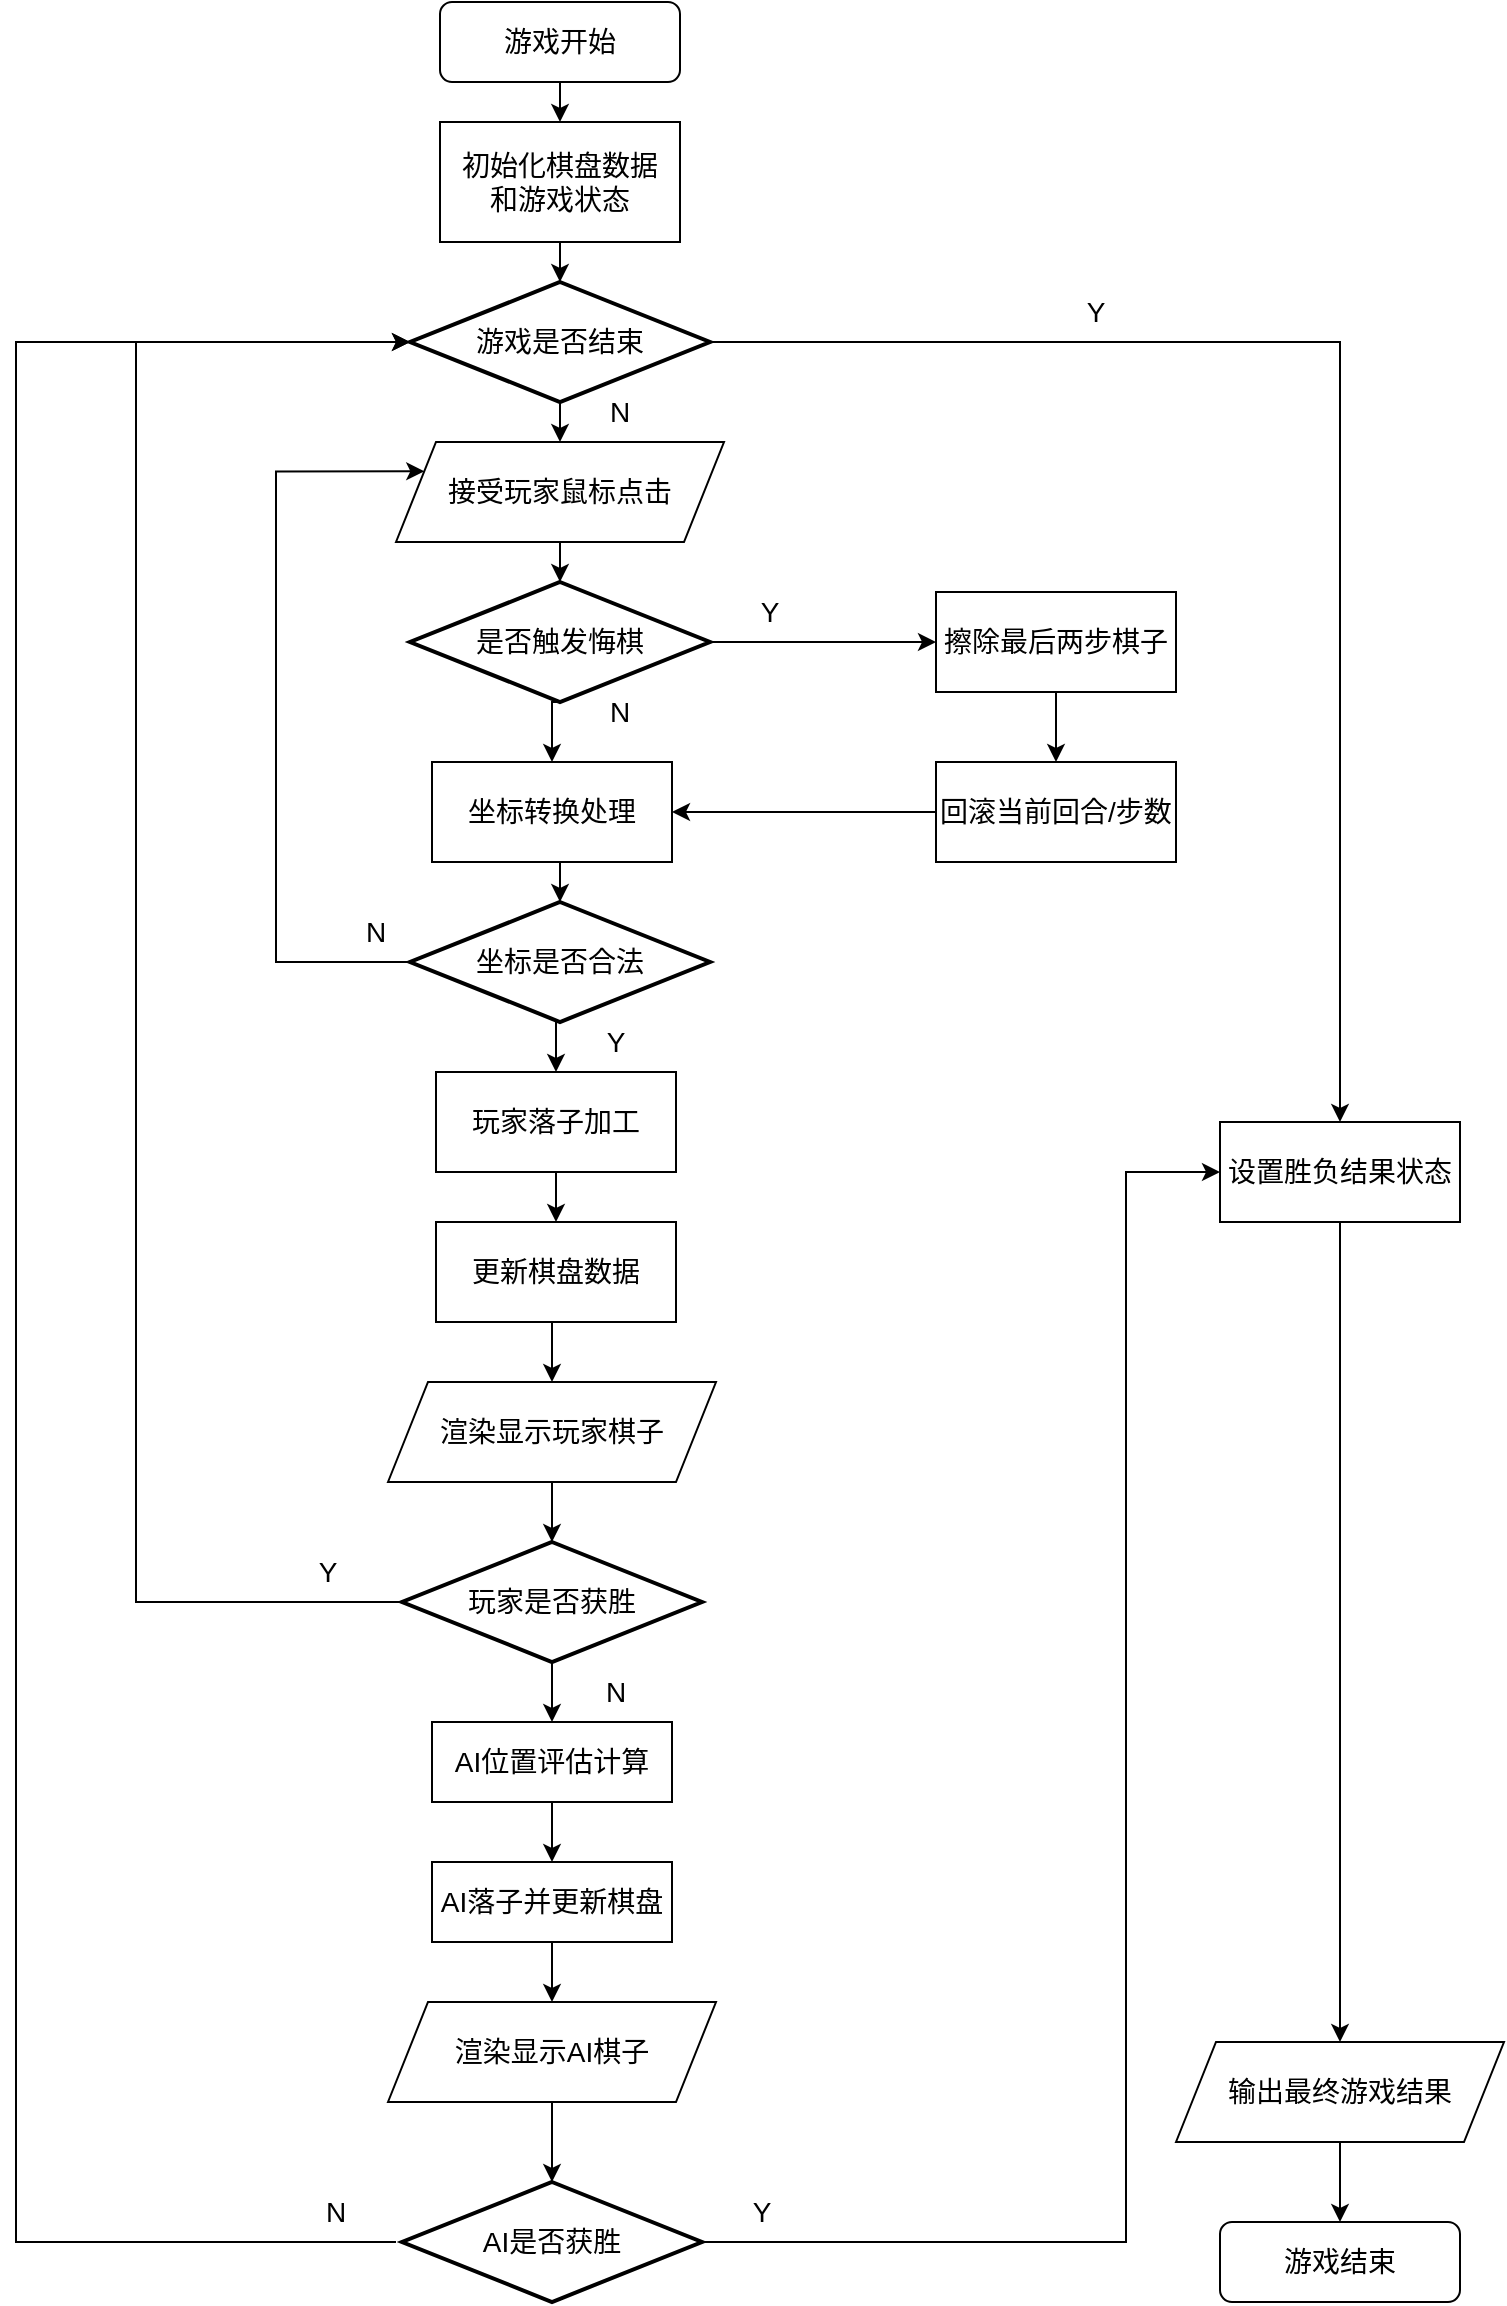
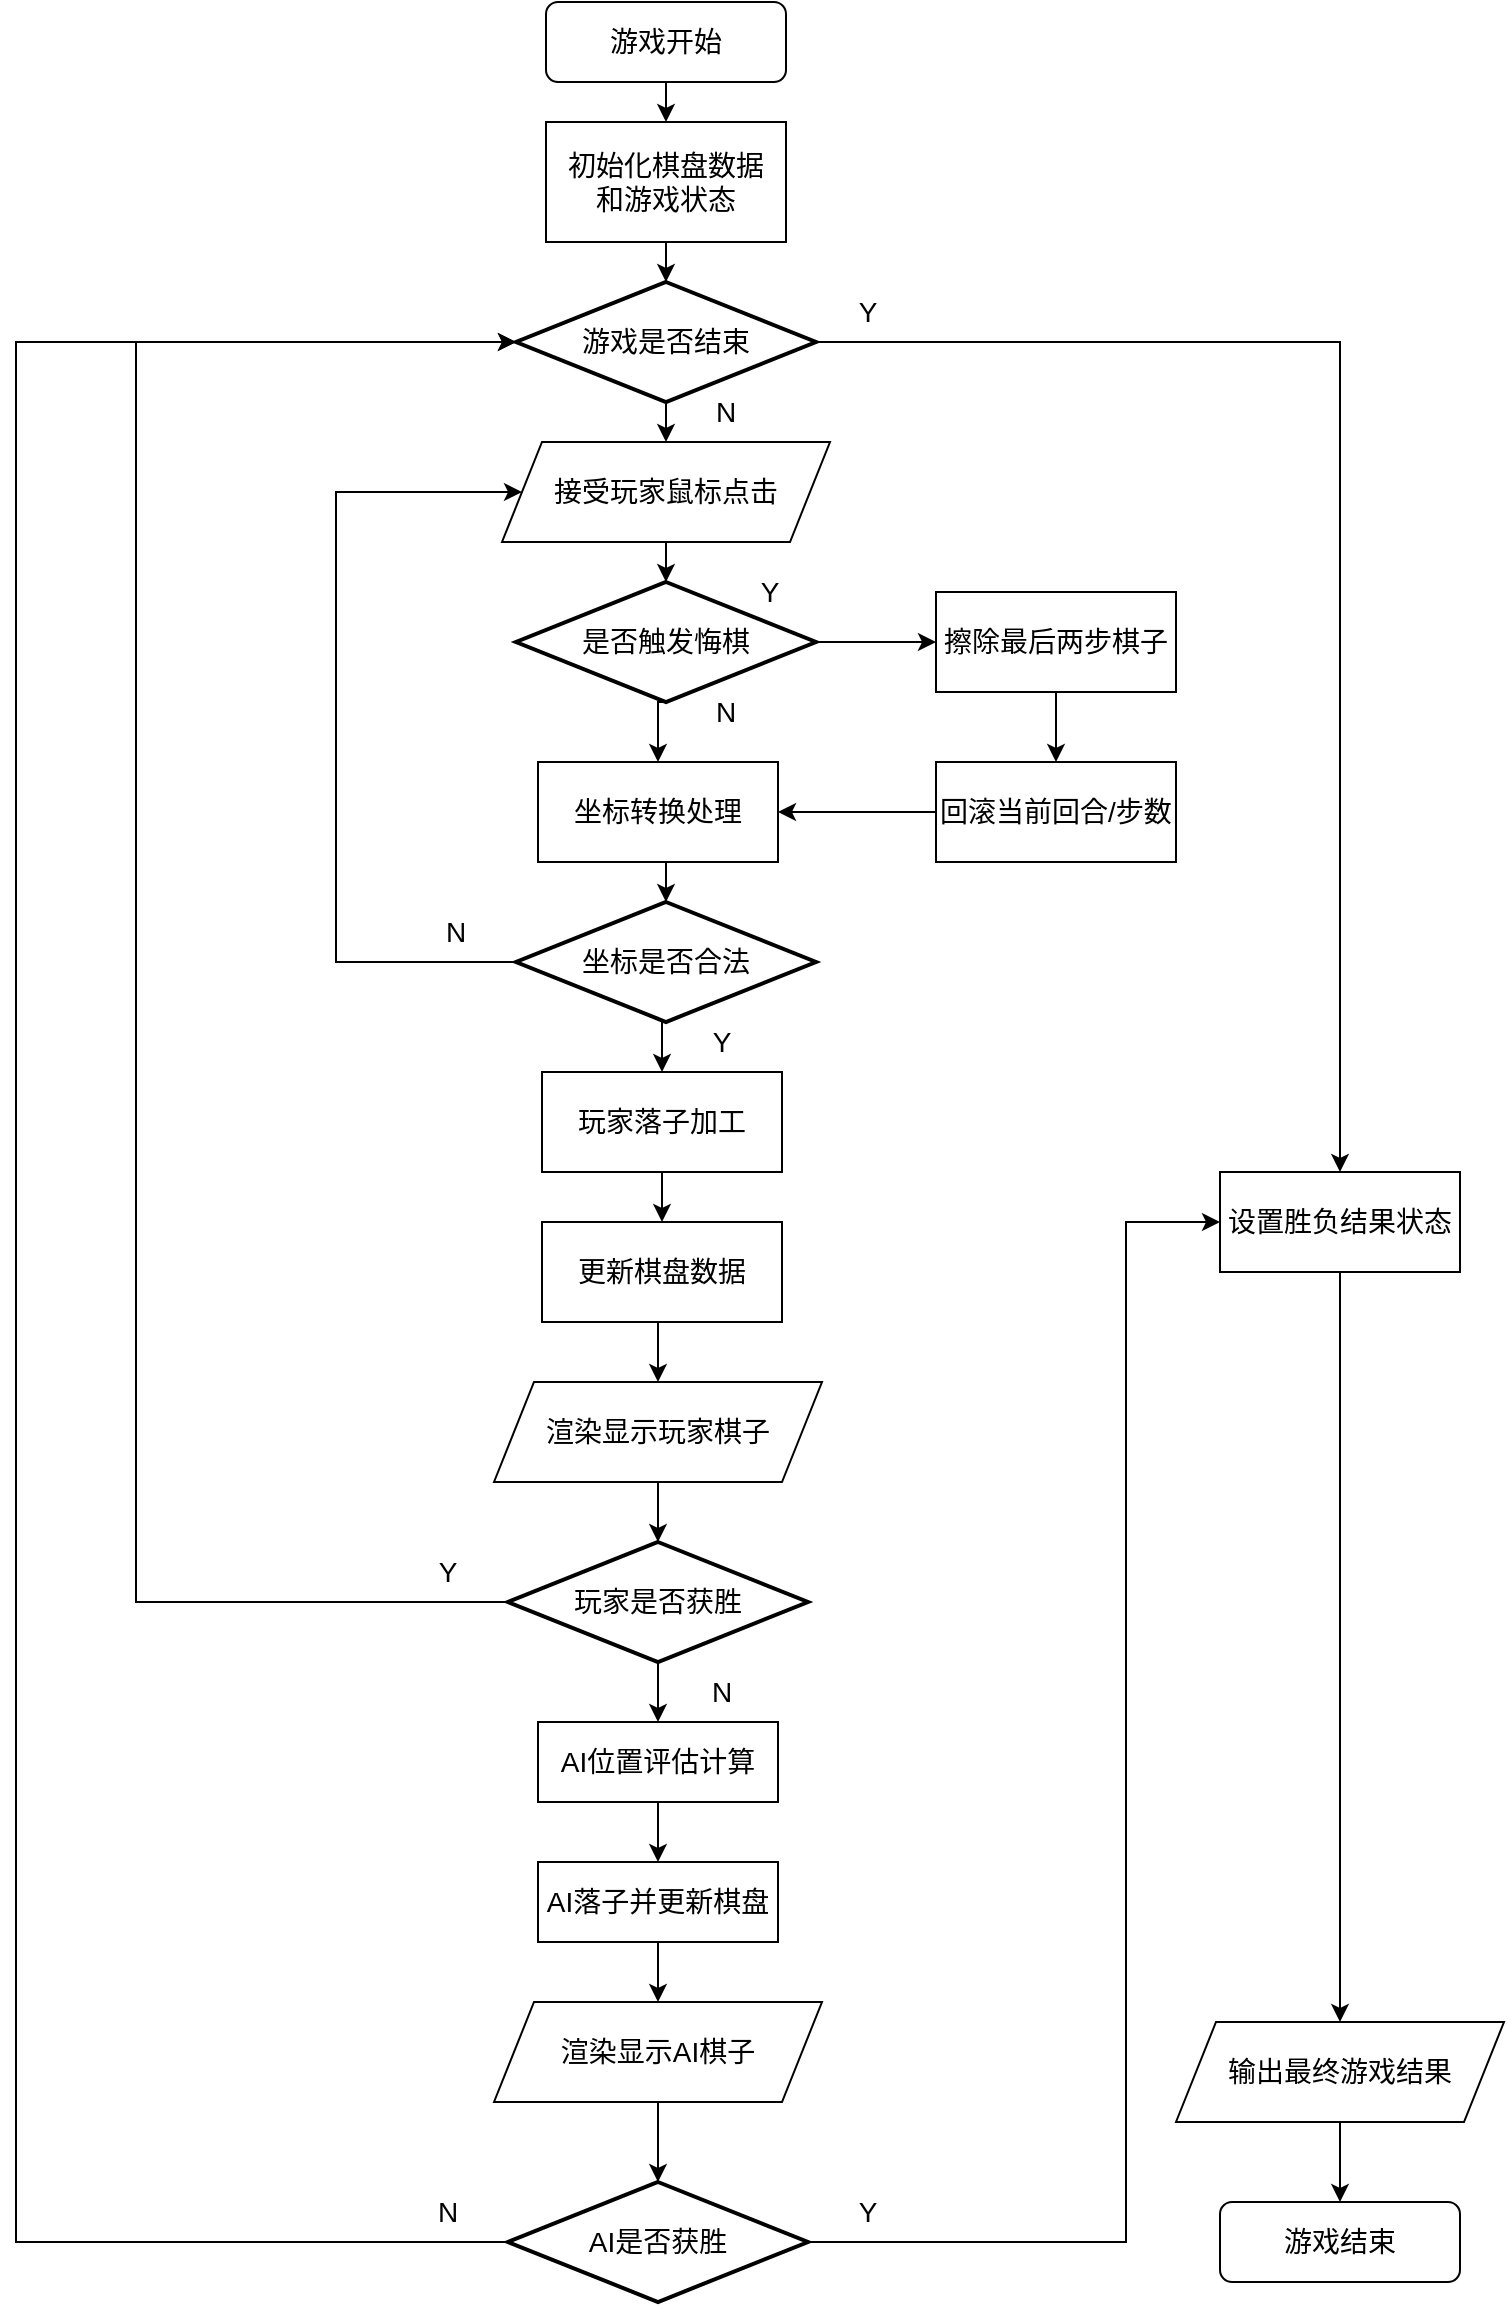
<mxfile host="app.diagrams.net">
  <diagram name="Page-1" id="Ut53iUmTTLsHKbGdxMO9">
    <mxGraphModel dx="2054" dy="1198" grid="1" gridSize="10" guides="1" tooltips="1" connect="1" arrows="1" fold="1" page="1" pageScale="1" pageWidth="827" pageHeight="1169" math="0" shadow="0">
      <root>
        <mxCell id="0" />
        <mxCell id="1" parent="0" />
        <mxCell id="LBzLqDpE-ghOYlSVNWWL-11" edge="1" parent="1" source="LBzLqDpE-ghOYlSVNWWL-4" style="edgeStyle=orthogonalEdgeStyle;rounded=0;orthogonalLoop=1;jettySize=auto;html=1;exitX=0.5;exitY=1;exitDx=0;exitDy=0;exitPerimeter=0;entryX=0.5;entryY=0;entryDx=0;entryDy=0;" target="LBzLqDpE-ghOYlSVNWWL-9">
          <mxGeometry relative="1" as="geometry" />
        </mxCell>
        <mxCell id="LBzLqDpE-ghOYlSVNWWL-51" edge="1" parent="1" source="LBzLqDpE-ghOYlSVNWWL-4" style="edgeStyle=orthogonalEdgeStyle;rounded=0;orthogonalLoop=1;jettySize=auto;html=1;exitX=1;exitY=0.5;exitDx=0;exitDy=0;exitPerimeter=0;entryX=0.5;entryY=0;entryDx=0;entryDy=0;" target="LBzLqDpE-ghOYlSVNWWL-45">
          <mxGeometry relative="1" as="geometry" />
        </mxCell>
        <mxCell id="LBzLqDpE-ghOYlSVNWWL-4" parent="1" style="strokeWidth=2;html=1;shape=mxgraph.flowchart.decision;whiteSpace=wrap;" value="&lt;font style=&quot;font-size: 14px;&quot;&gt;游戏是否结束&lt;/font&gt;" vertex="1">
-           <mxGeometry height="60" width="150" x="247" y="150" as="geometry" />
+           <mxGeometry height="60" width="150" x="300" y="160" as="geometry" />
        </mxCell>
        <mxCell id="LBzLqDpE-ghOYlSVNWWL-5" edge="1" parent="1" source="LBzLqDpE-ghOYlSVNWWL-6" style="edgeStyle=orthogonalEdgeStyle;rounded=0;orthogonalLoop=1;jettySize=auto;html=1;exitX=0.5;exitY=1;exitDx=0;exitDy=0;entryX=0.5;entryY=0;entryDx=0;entryDy=0;entryPerimeter=0;" target="LBzLqDpE-ghOYlSVNWWL-4">
          <mxGeometry relative="1" as="geometry">
-             <mxPoint x="442" y="200" as="sourcePoint" />
+             <mxPoint x="495" y="210" as="sourcePoint" />
          </mxGeometry>
        </mxCell>
        <mxCell id="LBzLqDpE-ghOYlSVNWWL-6" parent="1" style="rounded=0;whiteSpace=wrap;html=1;" value="&lt;font style=&quot;font-size: 14px;&quot;&gt;初始化棋盘数据&lt;/font&gt;&lt;div&gt;&lt;span style=&quot;font-size: 14px; background-color: transparent; color: light-dark(rgb(0, 0, 0), rgb(255, 255, 255));&quot;&gt;和游戏状态&lt;/span&gt;&lt;/div&gt;" vertex="1">
-           <mxGeometry height="60" width="120" x="262" y="70" as="geometry" />
+           <mxGeometry height="60" width="120" x="315" y="80" as="geometry" />
        </mxCell>
        <mxCell id="LBzLqDpE-ghOYlSVNWWL-8" edge="1" parent="1" source="LBzLqDpE-ghOYlSVNWWL-7" style="edgeStyle=orthogonalEdgeStyle;rounded=0;orthogonalLoop=1;jettySize=auto;html=1;exitX=0.5;exitY=1;exitDx=0;exitDy=0;entryX=0.5;entryY=0;entryDx=0;entryDy=0;" target="LBzLqDpE-ghOYlSVNWWL-6">
          <mxGeometry relative="1" as="geometry" />
        </mxCell>
        <mxCell id="LBzLqDpE-ghOYlSVNWWL-7" parent="1" style="rounded=1;whiteSpace=wrap;html=1;" value="&lt;font style=&quot;font-size: 14px;&quot;&gt;游戏开始&lt;/font&gt;" vertex="1">
-           <mxGeometry height="40" width="120" x="262" y="10" as="geometry" />
+           <mxGeometry height="40" width="120" x="315" y="20" as="geometry" />
        </mxCell>
        <mxCell id="LBzLqDpE-ghOYlSVNWWL-9" parent="1" style="shape=parallelogram;perimeter=parallelogramPerimeter;whiteSpace=wrap;html=1;fixedSize=1;" value="&lt;font style=&quot;font-size: 14px;&quot;&gt;接受玩家鼠标点击&lt;/font&gt;" vertex="1">
-           <mxGeometry height="50" width="164" x="240" y="230" as="geometry" />
+           <mxGeometry height="50" width="164" x="293" y="240" as="geometry" />
        </mxCell>
        <mxCell id="LBzLqDpE-ghOYlSVNWWL-12" parent="1" style="text;html=1;whiteSpace=wrap;strokeColor=none;fillColor=none;align=center;verticalAlign=middle;rounded=0;" value="&lt;font style=&quot;font-size: 14px;&quot;&gt;N&lt;/font&gt;" vertex="1">
-           <mxGeometry height="30" width="60" x="322" y="200" as="geometry" />
+           <mxGeometry height="30" width="60" x="375" y="210" as="geometry" />
        </mxCell>
        <mxCell id="LBzLqDpE-ghOYlSVNWWL-16" edge="1" parent="1" source="LBzLqDpE-ghOYlSVNWWL-13" style="edgeStyle=orthogonalEdgeStyle;rounded=0;orthogonalLoop=1;jettySize=auto;html=1;exitX=0.5;exitY=1;exitDx=0;exitDy=0;exitPerimeter=0;entryX=0.5;entryY=0;entryDx=0;entryDy=0;" target="LBzLqDpE-ghOYlSVNWWL-15">
          <mxGeometry relative="1" as="geometry" />
        </mxCell>
        <mxCell id="LBzLqDpE-ghOYlSVNWWL-13" parent="1" style="strokeWidth=2;html=1;shape=mxgraph.flowchart.decision;whiteSpace=wrap;" value="&lt;font style=&quot;font-size: 14px;&quot;&gt;是否触发悔棋&lt;/font&gt;" vertex="1">
-           <mxGeometry height="60" width="150" x="247" y="300" as="geometry" />
+           <mxGeometry height="60" width="150" x="300" y="310" as="geometry" />
        </mxCell>
        <mxCell id="LBzLqDpE-ghOYlSVNWWL-14" edge="1" parent="1" source="LBzLqDpE-ghOYlSVNWWL-9" style="edgeStyle=orthogonalEdgeStyle;rounded=0;orthogonalLoop=1;jettySize=auto;html=1;exitX=0.5;exitY=1;exitDx=0;exitDy=0;entryX=0.5;entryY=0;entryDx=0;entryDy=0;entryPerimeter=0;" target="LBzLqDpE-ghOYlSVNWWL-13">
          <mxGeometry relative="1" as="geometry" />
        </mxCell>
        <mxCell id="LBzLqDpE-ghOYlSVNWWL-15" parent="1" style="rounded=0;whiteSpace=wrap;html=1;" value="&lt;font style=&quot;font-size: 14px;&quot;&gt;坐标转换处理&lt;/font&gt;" vertex="1">
-           <mxGeometry height="50" width="120" x="258" y="390" as="geometry" />
+           <mxGeometry height="50" width="120" x="311" y="400" as="geometry" />
        </mxCell>
        <mxCell id="LBzLqDpE-ghOYlSVNWWL-17" parent="1" style="text;html=1;whiteSpace=wrap;strokeColor=none;fillColor=none;align=center;verticalAlign=middle;rounded=0;" value="&lt;font style=&quot;font-size: 14px;&quot;&gt;N&lt;/font&gt;" vertex="1">
-           <mxGeometry height="30" width="60" x="322" y="350" as="geometry" />
+           <mxGeometry height="30" width="60" x="375" y="360" as="geometry" />
        </mxCell>
        <mxCell id="LBzLqDpE-ghOYlSVNWWL-22" edge="1" parent="1" source="LBzLqDpE-ghOYlSVNWWL-18" style="rounded=0;orthogonalLoop=1;jettySize=auto;html=1;exitX=0.5;exitY=1;exitDx=0;exitDy=0;exitPerimeter=0;entryX=0.5;entryY=0;entryDx=0;entryDy=0;edgeStyle=orthogonalEdgeStyle;" target="LBzLqDpE-ghOYlSVNWWL-21">
          <mxGeometry relative="1" as="geometry" />
        </mxCell>
-         <mxCell id="LBzLqDpE-ghOYlSVNWWL-72" edge="1" parent="1" source="LBzLqDpE-ghOYlSVNWWL-18" style="edgeStyle=orthogonalEdgeStyle;rounded=0;orthogonalLoop=1;jettySize=auto;html=1;exitX=0;exitY=0.5;exitDx=0;exitDy=0;exitPerimeter=0;entryX=0;entryY=0.25;entryDx=0;entryDy=0;" target="LBzLqDpE-ghOYlSVNWWL-9">
+         <mxCell id="LBzLqDpE-ghOYlSVNWWL-79" edge="1" parent="1" source="LBzLqDpE-ghOYlSVNWWL-18" style="edgeStyle=orthogonalEdgeStyle;rounded=0;orthogonalLoop=1;jettySize=auto;html=1;exitX=0;exitY=0.5;exitDx=0;exitDy=0;exitPerimeter=0;entryX=0;entryY=0.5;entryDx=0;entryDy=0;" target="LBzLqDpE-ghOYlSVNWWL-9">
          <mxGeometry relative="1" as="geometry">
            <Array as="points">
-               <mxPoint x="180" y="490" />
-               <mxPoint x="180" y="245" />
+               <mxPoint x="210" y="500" />
+               <mxPoint x="210" y="265" />
            </Array>
-             <mxPoint x="200" y="535" as="targetPoint" />
          </mxGeometry>
        </mxCell>
        <mxCell id="LBzLqDpE-ghOYlSVNWWL-18" parent="1" style="strokeWidth=2;html=1;shape=mxgraph.flowchart.decision;whiteSpace=wrap;" value="&lt;font style=&quot;font-size: 14px;&quot;&gt;坐标是否合法&lt;/font&gt;" vertex="1">
-           <mxGeometry height="60" width="150" x="247" y="460" as="geometry" />
+           <mxGeometry height="60" width="150" x="300" y="470" as="geometry" />
        </mxCell>
        <mxCell id="LBzLqDpE-ghOYlSVNWWL-25" edge="1" parent="1" source="LBzLqDpE-ghOYlSVNWWL-21" style="edgeStyle=orthogonalEdgeStyle;rounded=0;orthogonalLoop=1;jettySize=auto;html=1;exitX=0.5;exitY=1;exitDx=0;exitDy=0;entryX=0.5;entryY=0;entryDx=0;entryDy=0;" target="LBzLqDpE-ghOYlSVNWWL-24">
          <mxGeometry relative="1" as="geometry" />
        </mxCell>
        <mxCell id="LBzLqDpE-ghOYlSVNWWL-21" parent="1" style="rounded=0;whiteSpace=wrap;html=1;" value="&lt;font style=&quot;font-size: 14px;&quot;&gt;玩家落子加工&lt;/font&gt;" vertex="1">
-           <mxGeometry height="50" width="120" x="260" y="545" as="geometry" />
+           <mxGeometry height="50" width="120" x="313" y="555" as="geometry" />
        </mxCell>
        <mxCell id="LBzLqDpE-ghOYlSVNWWL-23" parent="1" style="text;html=1;whiteSpace=wrap;strokeColor=none;fillColor=none;align=center;verticalAlign=middle;rounded=0;" value="&lt;font style=&quot;font-size: 14px;&quot;&gt;Y&lt;/font&gt;" vertex="1">
-           <mxGeometry height="30" width="60" x="320" y="515" as="geometry" />
+           <mxGeometry height="30" width="60" x="373" y="525" as="geometry" />
        </mxCell>
        <mxCell id="LBzLqDpE-ghOYlSVNWWL-27" edge="1" parent="1" source="LBzLqDpE-ghOYlSVNWWL-24" style="edgeStyle=orthogonalEdgeStyle;rounded=0;orthogonalLoop=1;jettySize=auto;html=1;exitX=0.5;exitY=1;exitDx=0;exitDy=0;entryX=0.5;entryY=0;entryDx=0;entryDy=0;" target="LBzLqDpE-ghOYlSVNWWL-26">
          <mxGeometry relative="1" as="geometry" />
        </mxCell>
        <mxCell id="LBzLqDpE-ghOYlSVNWWL-24" parent="1" style="rounded=0;whiteSpace=wrap;html=1;" value="&lt;font style=&quot;font-size: 14px;&quot;&gt;更新棋盘数据&lt;/font&gt;" vertex="1">
-           <mxGeometry height="50" width="120" x="260" y="620" as="geometry" />
+           <mxGeometry height="50" width="120" x="313" y="630" as="geometry" />
        </mxCell>
        <mxCell id="LBzLqDpE-ghOYlSVNWWL-26" parent="1" style="shape=parallelogram;perimeter=parallelogramPerimeter;whiteSpace=wrap;html=1;fixedSize=1;" value="&lt;font style=&quot;font-size: 14px;&quot;&gt;渲染显示玩家棋子&lt;/font&gt;" vertex="1">
-           <mxGeometry height="50" width="164" x="236" y="700" as="geometry" />
+           <mxGeometry height="50" width="164" x="289" y="710" as="geometry" />
        </mxCell>
        <mxCell id="LBzLqDpE-ghOYlSVNWWL-33" edge="1" parent="1" source="LBzLqDpE-ghOYlSVNWWL-30" style="edgeStyle=orthogonalEdgeStyle;rounded=0;orthogonalLoop=1;jettySize=auto;html=1;exitX=0.5;exitY=1;exitDx=0;exitDy=0;exitPerimeter=0;entryX=0.5;entryY=0;entryDx=0;entryDy=0;" target="LBzLqDpE-ghOYlSVNWWL-32">
          <mxGeometry relative="1" as="geometry" />
        </mxCell>
        <mxCell id="LBzLqDpE-ghOYlSVNWWL-30" parent="1" style="strokeWidth=2;html=1;shape=mxgraph.flowchart.decision;whiteSpace=wrap;" value="&lt;font style=&quot;font-size: 14px;&quot;&gt;玩家是否获胜&lt;/font&gt;" vertex="1">
-           <mxGeometry height="60" width="150" x="243" y="780" as="geometry" />
+           <mxGeometry height="60" width="150" x="296" y="790" as="geometry" />
        </mxCell>
        <mxCell id="LBzLqDpE-ghOYlSVNWWL-31" edge="1" parent="1" source="LBzLqDpE-ghOYlSVNWWL-26" style="edgeStyle=orthogonalEdgeStyle;rounded=0;orthogonalLoop=1;jettySize=auto;html=1;exitX=0.5;exitY=1;exitDx=0;exitDy=0;entryX=0.5;entryY=0;entryDx=0;entryDy=0;entryPerimeter=0;" target="LBzLqDpE-ghOYlSVNWWL-30">
          <mxGeometry relative="1" as="geometry" />
        </mxCell>
        <mxCell id="LBzLqDpE-ghOYlSVNWWL-37" edge="1" parent="1" source="LBzLqDpE-ghOYlSVNWWL-32" style="edgeStyle=orthogonalEdgeStyle;rounded=0;orthogonalLoop=1;jettySize=auto;html=1;exitX=0.5;exitY=1;exitDx=0;exitDy=0;entryX=0.5;entryY=0;entryDx=0;entryDy=0;" target="LBzLqDpE-ghOYlSVNWWL-35">
          <mxGeometry relative="1" as="geometry" />
        </mxCell>
        <mxCell id="LBzLqDpE-ghOYlSVNWWL-32" parent="1" style="rounded=0;whiteSpace=wrap;html=1;" value="&lt;font style=&quot;font-size: 14px;&quot;&gt;AI位置评估计算&lt;/font&gt;" vertex="1">
-           <mxGeometry height="40" width="120" x="258" y="870" as="geometry" />
+           <mxGeometry height="40" width="120" x="311" y="880" as="geometry" />
        </mxCell>
        <mxCell id="LBzLqDpE-ghOYlSVNWWL-34" parent="1" style="text;html=1;whiteSpace=wrap;strokeColor=none;fillColor=none;align=center;verticalAlign=middle;rounded=0;" value="&lt;font style=&quot;font-size: 14px;&quot;&gt;N&lt;/font&gt;" vertex="1">
-           <mxGeometry height="30" width="60" x="320" y="840" as="geometry" />
+           <mxGeometry height="30" width="60" x="373" y="850" as="geometry" />
        </mxCell>
        <mxCell id="LBzLqDpE-ghOYlSVNWWL-39" edge="1" parent="1" source="LBzLqDpE-ghOYlSVNWWL-35" style="edgeStyle=orthogonalEdgeStyle;rounded=0;orthogonalLoop=1;jettySize=auto;html=1;exitX=0.5;exitY=1;exitDx=0;exitDy=0;entryX=0.5;entryY=0;entryDx=0;entryDy=0;" target="LBzLqDpE-ghOYlSVNWWL-38">
          <mxGeometry relative="1" as="geometry" />
        </mxCell>
        <mxCell id="LBzLqDpE-ghOYlSVNWWL-35" parent="1" style="rounded=0;whiteSpace=wrap;html=1;" value="&lt;font style=&quot;font-size: 14px;&quot;&gt;AI落子并更新棋盘&lt;/font&gt;" vertex="1">
-           <mxGeometry height="40" width="120" x="258" y="940" as="geometry" />
+           <mxGeometry height="40" width="120" x="311" y="950" as="geometry" />
        </mxCell>
        <mxCell id="LBzLqDpE-ghOYlSVNWWL-38" parent="1" style="shape=parallelogram;perimeter=parallelogramPerimeter;whiteSpace=wrap;html=1;fixedSize=1;" value="&lt;font style=&quot;font-size: 14px;&quot;&gt;渲染显示AI棋子&lt;/font&gt;" vertex="1">
-           <mxGeometry height="50" width="164" x="236" y="1010" as="geometry" />
+           <mxGeometry height="50" width="164" x="289" y="1020" as="geometry" />
        </mxCell>
        <mxCell id="LBzLqDpE-ghOYlSVNWWL-68" edge="1" parent="1" source="LBzLqDpE-ghOYlSVNWWL-40" style="edgeStyle=orthogonalEdgeStyle;rounded=0;orthogonalLoop=1;jettySize=auto;html=1;exitX=1;exitY=0.5;exitDx=0;exitDy=0;exitPerimeter=0;entryX=0;entryY=0.5;entryDx=0;entryDy=0;" target="LBzLqDpE-ghOYlSVNWWL-45">
          <mxGeometry relative="1" as="geometry">
            <Array as="points">
-               <mxPoint x="605" y="1130" />
-               <mxPoint x="605" y="595" />
+               <mxPoint x="605" y="1140" />
+               <mxPoint x="605" y="630" />
            </Array>
            <mxPoint x="250" y="1100" as="sourcePoint" />
            <mxPoint x="605" y="585" as="targetPoint" />
          </mxGeometry>
        </mxCell>
        <mxCell id="LBzLqDpE-ghOYlSVNWWL-40" parent="1" style="strokeWidth=2;html=1;shape=mxgraph.flowchart.decision;whiteSpace=wrap;" value="&lt;font style=&quot;font-size: 14px;&quot;&gt;AI是否获胜&lt;/font&gt;" vertex="1">
-           <mxGeometry height="60" width="150" x="243" y="1100" as="geometry" />
+           <mxGeometry height="60" width="150" x="296" y="1110" as="geometry" />
        </mxCell>
        <mxCell id="LBzLqDpE-ghOYlSVNWWL-41" edge="1" parent="1" source="LBzLqDpE-ghOYlSVNWWL-38" style="edgeStyle=orthogonalEdgeStyle;rounded=0;orthogonalLoop=1;jettySize=auto;html=1;exitX=0.5;exitY=1;exitDx=0;exitDy=0;entryX=0.5;entryY=0;entryDx=0;entryDy=0;entryPerimeter=0;" target="LBzLqDpE-ghOYlSVNWWL-40">
          <mxGeometry relative="1" as="geometry" />
        </mxCell>
        <mxCell id="LBzLqDpE-ghOYlSVNWWL-55" edge="1" parent="1" source="LBzLqDpE-ghOYlSVNWWL-42" style="edgeStyle=orthogonalEdgeStyle;rounded=0;orthogonalLoop=1;jettySize=auto;html=1;exitX=0.5;exitY=1;exitDx=0;exitDy=0;entryX=0.5;entryY=0;entryDx=0;entryDy=0;" target="LBzLqDpE-ghOYlSVNWWL-43">
          <mxGeometry relative="1" as="geometry" />
        </mxCell>
        <mxCell id="LBzLqDpE-ghOYlSVNWWL-42" parent="1" style="shape=parallelogram;perimeter=parallelogramPerimeter;whiteSpace=wrap;html=1;fixedSize=1;" value="&lt;font style=&quot;font-size: 14px;&quot;&gt;输出最终游戏结果&lt;/font&gt;" vertex="1">
          <mxGeometry height="50" width="164" x="630" y="1030" as="geometry" />
        </mxCell>
        <mxCell id="LBzLqDpE-ghOYlSVNWWL-43" parent="1" style="rounded=1;whiteSpace=wrap;html=1;" value="&lt;font style=&quot;font-size: 14px;&quot;&gt;游戏结束&lt;/font&gt;" vertex="1">
          <mxGeometry height="40" width="120" x="652" y="1120" as="geometry" />
        </mxCell>
        <mxCell id="LBzLqDpE-ghOYlSVNWWL-54" edge="1" parent="1" source="LBzLqDpE-ghOYlSVNWWL-45" style="edgeStyle=orthogonalEdgeStyle;rounded=0;orthogonalLoop=1;jettySize=auto;html=1;exitX=0.5;exitY=1;exitDx=0;exitDy=0;entryX=0.5;entryY=0;entryDx=0;entryDy=0;" target="LBzLqDpE-ghOYlSVNWWL-42">
          <mxGeometry relative="1" as="geometry" />
        </mxCell>
        <mxCell id="LBzLqDpE-ghOYlSVNWWL-45" parent="1" style="rounded=0;whiteSpace=wrap;html=1;" value="&lt;font style=&quot;font-size: 14px;&quot;&gt;设置胜负结果状态&lt;/font&gt;" vertex="1">
-           <mxGeometry height="50" width="120" x="652" y="570" as="geometry" />
+           <mxGeometry height="50" width="120" x="652" y="605" as="geometry" />
        </mxCell>
        <mxCell id="LBzLqDpE-ghOYlSVNWWL-53" edge="1" parent="1" source="LBzLqDpE-ghOYlSVNWWL-46" style="edgeStyle=orthogonalEdgeStyle;rounded=0;orthogonalLoop=1;jettySize=auto;html=1;exitX=0.5;exitY=1;exitDx=0;exitDy=0;entryX=0.5;entryY=0;entryDx=0;entryDy=0;" target="LBzLqDpE-ghOYlSVNWWL-50">
          <mxGeometry relative="1" as="geometry" />
        </mxCell>
        <mxCell id="LBzLqDpE-ghOYlSVNWWL-46" parent="1" style="rounded=0;whiteSpace=wrap;html=1;" value="&lt;font style=&quot;font-size: 14px;&quot;&gt;擦除最后两步棋子&lt;/font&gt;" vertex="1">
-           <mxGeometry height="50" width="120" x="510" y="305" as="geometry" />
+           <mxGeometry height="50" width="120" x="510" y="315" as="geometry" />
        </mxCell>
        <mxCell id="LBzLqDpE-ghOYlSVNWWL-48" parent="1" style="text;html=1;whiteSpace=wrap;strokeColor=none;fillColor=none;align=center;verticalAlign=middle;rounded=0;" value="&lt;font style=&quot;font-size: 14px;&quot;&gt;Y&lt;/font&gt;" vertex="1">
          <mxGeometry height="30" width="60" x="397" y="300" as="geometry" />
        </mxCell>
        <mxCell id="LBzLqDpE-ghOYlSVNWWL-64" edge="1" parent="1" source="LBzLqDpE-ghOYlSVNWWL-50" style="edgeStyle=orthogonalEdgeStyle;rounded=0;orthogonalLoop=1;jettySize=auto;html=1;exitX=0;exitY=0.5;exitDx=0;exitDy=0;entryX=1;entryY=0.5;entryDx=0;entryDy=0;" target="LBzLqDpE-ghOYlSVNWWL-15">
          <mxGeometry relative="1" as="geometry" />
        </mxCell>
        <mxCell id="LBzLqDpE-ghOYlSVNWWL-50" parent="1" style="rounded=0;whiteSpace=wrap;html=1;" value="&lt;font style=&quot;font-size: 14px;&quot;&gt;回滚当前回合/步数&lt;/font&gt;" vertex="1">
-           <mxGeometry height="50" width="120" x="510" y="390" as="geometry" />
+           <mxGeometry height="50" width="120" x="510" y="400" as="geometry" />
        </mxCell>
        <mxCell id="LBzLqDpE-ghOYlSVNWWL-52" parent="1" style="text;html=1;whiteSpace=wrap;strokeColor=none;fillColor=none;align=center;verticalAlign=middle;rounded=0;" value="&lt;font style=&quot;font-size: 14px;&quot;&gt;Y&lt;/font&gt;" vertex="1">
-           <mxGeometry height="30" width="60" x="560" y="150" as="geometry" />
+           <mxGeometry height="30" width="60" x="446" y="160" as="geometry" />
        </mxCell>
-         <mxCell id="LBzLqDpE-ghOYlSVNWWL-57" edge="1" parent="1" source="LBzLqDpE-ghOYlSVNWWL-58" style="edgeStyle=orthogonalEdgeStyle;rounded=0;orthogonalLoop=1;jettySize=auto;html=1;entryX=0;entryY=0.5;entryDx=0;entryDy=0;entryPerimeter=0;exitX=1;exitY=1;exitDx=0;exitDy=0;" target="LBzLqDpE-ghOYlSVNWWL-4">
+         <mxCell id="LBzLqDpE-ghOYlSVNWWL-57" edge="1" parent="1" source="LBzLqDpE-ghOYlSVNWWL-40" style="edgeStyle=orthogonalEdgeStyle;rounded=0;orthogonalLoop=1;jettySize=auto;html=1;entryX=0;entryY=0.5;entryDx=0;entryDy=0;entryPerimeter=0;exitX=0;exitY=0.5;exitDx=0;exitDy=0;exitPerimeter=0;" target="LBzLqDpE-ghOYlSVNWWL-4">
          <mxGeometry relative="1" as="geometry">
            <Array as="points">
-               <mxPoint x="50" y="1130" />
-               <mxPoint x="50" y="180" />
+               <mxPoint x="50" y="1140" />
+               <mxPoint x="50" y="190" />
            </Array>
            <mxPoint x="150" y="1060" as="sourcePoint" />
            <mxPoint x="127" y="190" as="targetPoint" />
          </mxGeometry>
        </mxCell>
        <mxCell id="LBzLqDpE-ghOYlSVNWWL-60" parent="1" style="text;html=1;whiteSpace=wrap;strokeColor=none;fillColor=none;align=center;verticalAlign=middle;rounded=0;" value="&lt;font style=&quot;font-size: 14px;&quot;&gt;Y&lt;/font&gt;" vertex="1">
-           <mxGeometry height="30" width="60" x="393" y="1100" as="geometry" />
+           <mxGeometry height="30" width="60" x="446" y="1110" as="geometry" />
        </mxCell>
        <mxCell id="LBzLqDpE-ghOYlSVNWWL-62" edge="1" parent="1" source="LBzLqDpE-ghOYlSVNWWL-30" style="edgeStyle=orthogonalEdgeStyle;rounded=0;orthogonalLoop=1;jettySize=auto;html=1;exitX=0;exitY=0.5;exitDx=0;exitDy=0;exitPerimeter=0;entryX=0;entryY=0.5;entryDx=0;entryDy=0;entryPerimeter=0;" target="LBzLqDpE-ghOYlSVNWWL-4">
          <mxGeometry relative="1" as="geometry">
            <Array as="points">
-               <mxPoint x="110" y="810" />
-               <mxPoint x="110" y="180" />
+               <mxPoint x="110" y="820" />
+               <mxPoint x="110" y="190" />
            </Array>
          </mxGeometry>
        </mxCell>
        <mxCell id="LBzLqDpE-ghOYlSVNWWL-63" parent="1" style="text;html=1;whiteSpace=wrap;strokeColor=none;fillColor=none;align=center;verticalAlign=middle;rounded=0;" value="&lt;font style=&quot;font-size: 14px;&quot;&gt;Y&lt;/font&gt;" vertex="1">
-           <mxGeometry height="30" width="60" x="176" y="780" as="geometry" />
+           <mxGeometry height="30" width="60" x="236" y="790" as="geometry" />
        </mxCell>
        <mxCell id="LBzLqDpE-ghOYlSVNWWL-73" parent="1" style="text;html=1;whiteSpace=wrap;strokeColor=none;fillColor=none;align=center;verticalAlign=middle;rounded=0;" value="&lt;font style=&quot;font-size: 14px;&quot;&gt;N&lt;/font&gt;" vertex="1">
-           <mxGeometry height="30" width="60" x="200" y="460" as="geometry" />
+           <mxGeometry height="30" width="60" x="240" y="470" as="geometry" />
        </mxCell>
        <mxCell id="LBzLqDpE-ghOYlSVNWWL-58" parent="1" style="text;html=1;whiteSpace=wrap;strokeColor=none;fillColor=none;align=center;verticalAlign=middle;rounded=0;" value="&lt;font style=&quot;font-size: 14px;&quot;&gt;N&lt;/font&gt;" vertex="1">
-           <mxGeometry height="30" width="60" x="180" y="1100" as="geometry" />
+           <mxGeometry height="30" width="60" x="236" y="1110" as="geometry" />
        </mxCell>
        <mxCell id="LBzLqDpE-ghOYlSVNWWL-75" edge="1" parent="1" source="LBzLqDpE-ghOYlSVNWWL-15" style="edgeStyle=orthogonalEdgeStyle;rounded=0;orthogonalLoop=1;jettySize=auto;html=1;exitX=0.5;exitY=1;exitDx=0;exitDy=0;entryX=0.5;entryY=0;entryDx=0;entryDy=0;entryPerimeter=0;" target="LBzLqDpE-ghOYlSVNWWL-18">
          <mxGeometry relative="1" as="geometry" />
        </mxCell>
        <mxCell id="LBzLqDpE-ghOYlSVNWWL-77" edge="1" parent="1" source="LBzLqDpE-ghOYlSVNWWL-13" style="edgeStyle=orthogonalEdgeStyle;rounded=0;orthogonalLoop=1;jettySize=auto;html=1;exitX=1;exitY=0.5;exitDx=0;exitDy=0;exitPerimeter=0;entryX=0;entryY=0.5;entryDx=0;entryDy=0;" target="LBzLqDpE-ghOYlSVNWWL-46">
          <mxGeometry relative="1" as="geometry" />
        </mxCell>
      </root>
    </mxGraphModel>
  </diagram>
</mxfile>
